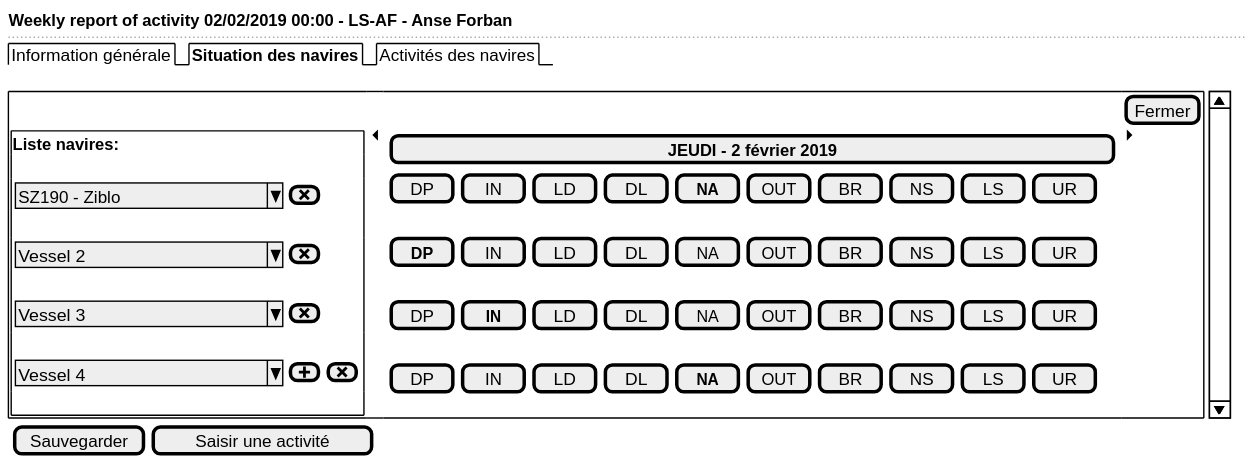
The PlantUML diagram use-case/collect/trip/weekly-ui-situation-tablet.svg in sumaris-net/sumaris-doc, before a commit. Its source is kept beside it as use-case/collect/trip/weekly-ui-situation-tablet.puml.
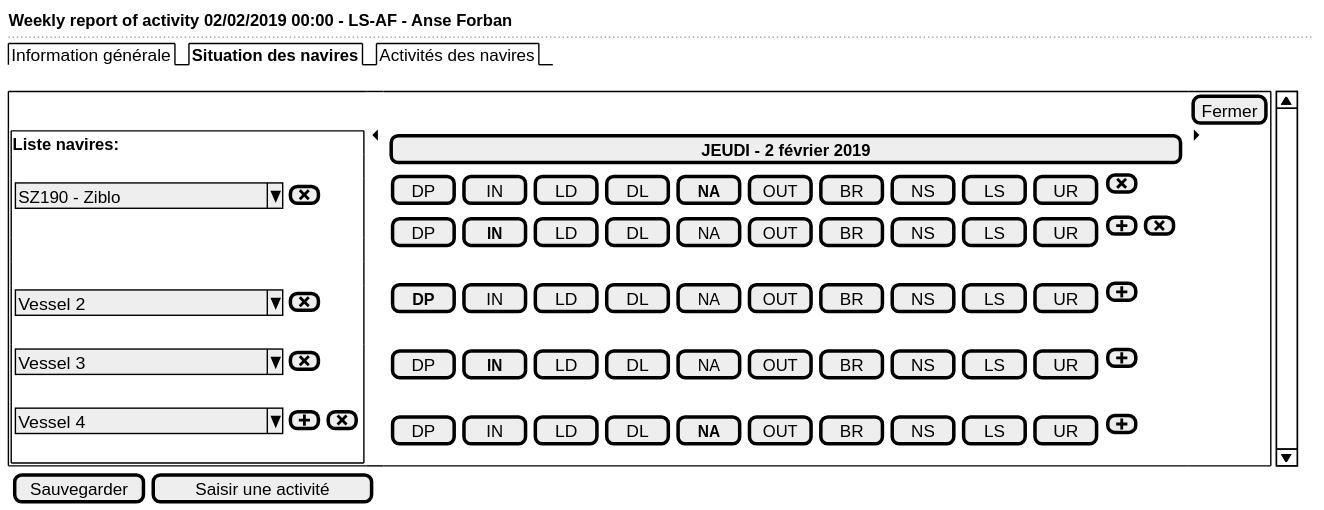
The same file after the commit.

Commit message:
updating collect.md and updating weekly situation and weekly activity screens

Change to the diagram source:
```diff
@@ -11,6 +11,8 @@
           .
           {{ ^SZ190 - Ziblo         ^ | [<&x>]}}
           .
+          .
+          .
           {{ ^Vessel 2              ^ | [<&x>]}}
           .
           {{ ^Vessel 3              ^ | [<&x>]}}
@@ -22,23 +24,26 @@
       <&caret-left> |
       {
             {
-                [<b>JEUDI - 2 février 2019                                       ]
+                [<b>JEUDI - 2 février 2019                                             ]
             }
-                {
+                {{
                         [DP   ] | [IN   ] | [LD   ] |  [DL   ] | [<b>NA] | [OUT  ] | [BR   ] | [NS   ] | [LS   ] | [UR   ]
-                }
+                } [<&x>]}
+                {{
+                        [DP   ] | [<b>IN] | [LD   ] |  [DL   ] | [NA   ] | [OUT  ] | [BR   ] | [NS   ] | [LS   ] | [UR   ]
+                } [<&plus>] | [<&x>]}
             .
-                {
+                {{
                         [<b>DP] | [IN   ] | [LD   ] |  [DL   ] | [NA   ] | [OUT  ] | [BR   ] | [NS   ] | [LS   ] | [UR   ]
-                }
+                } [<&plus>]}
             .
-                {
+                {{
                         [DP   ] | [<b>IN] | [LD   ] |  [DL   ] | [NA   ] | [OUT  ] | [BR   ] | [NS   ] | [LS   ] | [UR   ]
-                }
+                } [<&plus>]}
             .
-                {
+                {{
                         [DP   ] | [IN   ] | [LD   ] |  [DL   ] | [<b>NA] | [OUT  ] | [BR   ] | [NS   ] | [LS   ] | [UR   ]
-                }
+                } [<&plus>]}
       } | <&caret-right>
   }
   {{[Sauvegarder] | [Saisir une activité]}}
```
